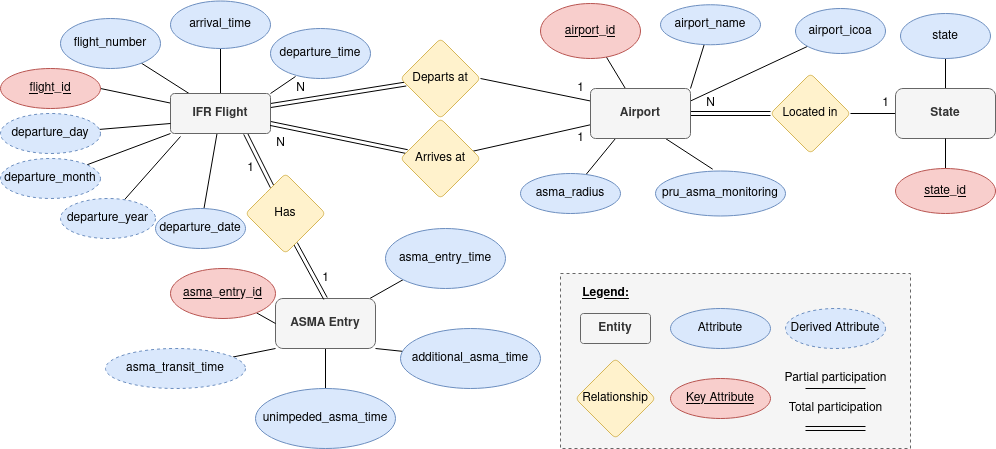
Above: resources/ER-Diagramdrawio.png in quinten-goens/EC-Demo (draw.io), before the change. Source tidied: cells renumbered, new cells last; positions are measured from the earlier drawing's top-left corner, leaving out a move shared by most shapes. The source it was exported from:
```xml
<mxGraphModel>
  <root>
    <mxCell id="0" />
    <mxCell id="1" parent="0" />
    <mxCell id="2" style="rounded=0;whiteSpace=wrap;html=1;fillColor=#f5f5f5;fontColor=#333333;strokeColor=#666666;dashed=1;" parent="1" vertex="1">
      <mxGeometry x="560" y="273" width="350" height="175" as="geometry" />
    </mxCell>
    <mxCell id="3" style="rounded=0;jettySize=auto;html=1;endArrow=none;endFill=0;entryX=1;entryY=0.5;entryDx=0;entryDy=0;" parent="1" edge="1" source="10" target="19">
      <mxGeometry relative="1" as="geometry" />
    </mxCell>
    <mxCell id="4" style="rounded=0;jettySize=auto;html=1;endArrow=none;endFill=0;" parent="1" edge="1" source="10" target="11">
      <mxGeometry relative="1" as="geometry" />
    </mxCell>
    <mxCell id="5" style="rounded=0;jettySize=auto;html=1;exitX=0.5;exitY=0;exitDx=0;exitDy=0;endArrow=none;endFill=0;" parent="1" edge="1" source="10" target="13">
      <mxGeometry relative="1" as="geometry" />
    </mxCell>
    <mxCell id="6" style="rounded=0;jettySize=auto;html=1;exitX=1;exitY=0;exitDx=0;exitDy=0;endArrow=none;endFill=0;entryX=0.25;entryY=0.96;entryDx=0;entryDy=0;entryPerimeter=0;" parent="1" edge="1" source="10" target="12">
      <mxGeometry relative="1" as="geometry" />
    </mxCell>
    <mxCell id="7" style="rounded=0;jettySize=auto;html=1;endArrow=none;endFill=0;" parent="1" edge="1" source="10" target="17">
      <mxGeometry relative="1" as="geometry" />
    </mxCell>
    <mxCell id="8" style="edgeStyle=none;rounded=0;jettySize=auto;html=1;endArrow=none;endFill=0;shape=link;" parent="1" edge="1" source="10" target="23">
      <mxGeometry relative="1" as="geometry" />
    </mxCell>
    <mxCell id="9" style="edgeStyle=none;rounded=0;jettySize=auto;html=1;exitX=0.75;exitY=1;exitDx=0;exitDy=0;endArrow=none;endFill=0;shape=link;" parent="1" edge="1" source="10" target="46">
      <mxGeometry relative="1" as="geometry" />
    </mxCell>
    <mxCell id="10" value="&lt;div&gt;&lt;b&gt;IFR Flight&lt;/b&gt;&lt;/div&gt;" style="rounded=1;arcSize=10;whiteSpace=wrap;html=1;align=center;fillColor=#f5f5f5;fontColor=#333333;strokeColor=#666666;" parent="1" vertex="1">
      <mxGeometry x="170" y="93" width="100" height="40" as="geometry" />
    </mxCell>
    <mxCell id="11" value="flight_number" style="ellipse;whiteSpace=wrap;html=1;rounded=1;arcSize=10;fillColor=#dae8fc;strokeColor=#6c8ebf;" parent="1" vertex="1">
      <mxGeometry x="60" y="18" width="100" height="50" as="geometry" />
    </mxCell>
    <mxCell id="12" value="departure_time" style="ellipse;whiteSpace=wrap;html=1;rounded=1;arcSize=10;fillColor=#dae8fc;strokeColor=#6c8ebf;" parent="1" vertex="1">
      <mxGeometry x="270" y="28" width="100" height="50" as="geometry" />
    </mxCell>
    <mxCell id="13" value="arrival_time" style="ellipse;whiteSpace=wrap;html=1;align=center;fillColor=#dae8fc;strokeColor=#6c8ebf;" parent="1" vertex="1">
      <mxGeometry x="170" y="0.5" width="100" height="47.5" as="geometry" />
    </mxCell>
    <mxCell id="14" style="rounded=0;jettySize=auto;html=1;endArrow=none;endFill=0;exitX=0;exitY=1;exitDx=0;exitDy=0;" parent="1" edge="1" source="10" target="18">
      <mxGeometry relative="1" as="geometry" />
    </mxCell>
    <mxCell id="15" style="rounded=0;jettySize=auto;html=1;exitX=0;exitY=0.75;exitDx=0;exitDy=0;endArrow=none;endFill=0;" parent="1" edge="1" source="10" target="20">
      <mxGeometry relative="1" as="geometry" />
    </mxCell>
    <mxCell id="16" style="rounded=0;jettySize=auto;html=1;exitX=0.1;exitY=1.075;exitDx=0;exitDy=0;endArrow=none;endFill=0;exitPerimeter=0;" parent="1" edge="1" source="10" target="21">
      <mxGeometry relative="1" as="geometry" />
    </mxCell>
    <mxCell id="17" value="departure_date" style="ellipse;whiteSpace=wrap;html=1;rounded=1;arcSize=10;fillColor=#dae8fc;strokeColor=#6c8ebf;" parent="1" vertex="1">
      <mxGeometry x="155" y="208" width="90" height="40" as="geometry" />
    </mxCell>
    <mxCell id="18" value="departure_month" style="ellipse;whiteSpace=wrap;html=1;rounded=1;arcSize=10;fillColor=#dae8fc;strokeColor=#6c8ebf;dashed=1;" parent="1" vertex="1">
      <mxGeometry y="158" width="100" height="40" as="geometry" />
    </mxCell>
    <mxCell id="19" value="flight_id" style="ellipse;whiteSpace=wrap;html=1;align=center;fontStyle=4;fillColor=#f8cecc;strokeColor=#b85450;" parent="1" vertex="1">
      <mxGeometry y="68" width="100" height="40" as="geometry" />
    </mxCell>
    <mxCell id="20" value="departure_day" style="ellipse;whiteSpace=wrap;html=1;align=center;fillColor=#dae8fc;strokeColor=#6c8ebf;dashed=1;" parent="1" vertex="1">
      <mxGeometry y="113" width="100" height="40" as="geometry" />
    </mxCell>
    <mxCell id="21" value="departure_year" style="ellipse;whiteSpace=wrap;html=1;rounded=1;arcSize=10;fillColor=#dae8fc;strokeColor=#6c8ebf;dashed=1;" parent="1" vertex="1">
      <mxGeometry x="60" y="198" width="95" height="40" as="geometry" />
    </mxCell>
    <mxCell id="22" style="edgeStyle=none;rounded=0;jettySize=auto;html=1;exitX=1;exitY=0.5;exitDx=0;exitDy=0;entryX=0;entryY=0.25;entryDx=0;entryDy=0;endArrow=none;endFill=0;" parent="1" edge="1" source="23" target="33">
      <mxGeometry relative="1" as="geometry" />
    </mxCell>
    <mxCell id="23" value="Departs at" style="rhombus;whiteSpace=wrap;html=1;fillColor=#fff2cc;strokeColor=#d6b656;rounded=1;arcSize=10;" parent="1" vertex="1">
      <mxGeometry x="400" y="38" width="80" height="80" as="geometry" />
    </mxCell>
    <mxCell id="24" style="edgeStyle=none;rounded=0;jettySize=auto;html=1;entryX=1;entryY=0.75;entryDx=0;entryDy=0;endArrow=none;endFill=0;shape=link;" parent="1" edge="1" source="26" target="10">
      <mxGeometry relative="1" as="geometry" />
    </mxCell>
    <mxCell id="25" style="edgeStyle=none;rounded=0;jettySize=auto;html=1;endArrow=none;endFill=0;" parent="1" edge="1" source="26" target="33">
      <mxGeometry relative="1" as="geometry" />
    </mxCell>
    <mxCell id="26" value="Arrives at" style="rhombus;whiteSpace=wrap;html=1;fillColor=#fff2cc;strokeColor=#d6b656;rounded=1;arcSize=10;" parent="1" vertex="1">
      <mxGeometry x="400" y="118" width="80" height="80" as="geometry" />
    </mxCell>
    <mxCell id="27" style="edgeStyle=none;rounded=0;jettySize=auto;html=1;endArrow=none;endFill=0;" parent="1" edge="1" source="33" target="34">
      <mxGeometry relative="1" as="geometry" />
    </mxCell>
    <mxCell id="28" style="edgeStyle=none;rounded=0;jettySize=auto;html=1;exitX=1;exitY=0;exitDx=0;exitDy=0;endArrow=none;endFill=0;" parent="1" edge="1" source="33" target="35">
      <mxGeometry relative="1" as="geometry" />
    </mxCell>
    <mxCell id="29" style="edgeStyle=none;rounded=0;jettySize=auto;html=1;endArrow=none;endFill=0;exitX=1;exitY=0.25;exitDx=0;exitDy=0;" parent="1" edge="1" source="33" target="36">
      <mxGeometry relative="1" as="geometry" />
    </mxCell>
    <mxCell id="30" style="edgeStyle=none;rounded=0;jettySize=auto;html=1;exitX=0.25;exitY=1;exitDx=0;exitDy=0;endArrow=none;endFill=0;" parent="1" edge="1" source="33" target="37">
      <mxGeometry relative="1" as="geometry" />
    </mxCell>
    <mxCell id="31" style="edgeStyle=none;rounded=0;jettySize=auto;html=1;endArrow=none;endFill=0;exitX=1;exitY=0.5;exitDx=0;exitDy=0;entryX=0;entryY=0.5;entryDx=0;entryDy=0;shape=link;" parent="1" edge="1" source="33" target="72">
      <mxGeometry relative="1" as="geometry" />
    </mxCell>
    <mxCell id="32" style="edgeStyle=none;rounded=0;jettySize=auto;html=1;exitX=0.75;exitY=1;exitDx=0;exitDy=0;endArrow=none;endFill=0;entryX=0.44;entryY=-0.04;entryDx=0;entryDy=0;entryPerimeter=0;" parent="1" edge="1" source="33" target="59">
      <mxGeometry relative="1" as="geometry" />
    </mxCell>
    <mxCell id="33" value="&lt;b&gt;Airport&lt;/b&gt;" style="whiteSpace=wrap;html=1;fillColor=#f5f5f5;strokeColor=#666666;fontColor=#333333;rounded=1;arcSize=10;" parent="1" vertex="1">
      <mxGeometry x="590" y="88" width="100" height="50" as="geometry" />
    </mxCell>
    <mxCell id="34" value="&lt;u&gt;airport_id&lt;/u&gt;" style="ellipse;whiteSpace=wrap;html=1;fillColor=#f8cecc;strokeColor=#b85450;rounded=1;arcSize=10;" parent="1" vertex="1">
      <mxGeometry x="540" y="3" width="100" height="55" as="geometry" />
    </mxCell>
    <mxCell id="35" value="airport_name" style="ellipse;whiteSpace=wrap;html=1;align=center;fillColor=#dae8fc;strokeColor=#6c8ebf;" parent="1" vertex="1">
      <mxGeometry x="660" y="4.2" width="100" height="40" as="geometry" />
    </mxCell>
    <mxCell id="36" value="airport_icoa" style="ellipse;whiteSpace=wrap;html=1;fillColor=#dae8fc;strokeColor=#6c8ebf;rounded=1;arcSize=10;" parent="1" vertex="1">
      <mxGeometry x="795" y="8" width="90" height="45" as="geometry" />
    </mxCell>
    <mxCell id="37" value="asma_radius" style="ellipse;whiteSpace=wrap;html=1;align=center;fillColor=#dae8fc;strokeColor=#6c8ebf;" parent="1" vertex="1">
      <mxGeometry x="520" y="173" width="100" height="40" as="geometry" />
    </mxCell>
    <mxCell id="38" style="edgeStyle=none;rounded=0;jettySize=auto;html=1;endArrow=none;endFill=0;" parent="1" edge="1" source="39" target="73">
      <mxGeometry relative="1" as="geometry" />
    </mxCell>
    <mxCell id="39" value="state" style="ellipse;whiteSpace=wrap;html=1;fillColor=#dae8fc;strokeColor=#6c8ebf;rounded=1;arcSize=10;" parent="1" vertex="1">
      <mxGeometry x="900" y="13" width="90" height="45" as="geometry" />
    </mxCell>
    <mxCell id="40" style="edgeStyle=none;rounded=0;jettySize=auto;html=1;endArrow=none;endFill=0;entryX=0;entryY=1;entryDx=0;entryDy=0;" parent="1" edge="1" source="44" target="47">
      <mxGeometry relative="1" as="geometry" />
    </mxCell>
    <mxCell id="41" style="edgeStyle=none;rounded=0;jettySize=auto;html=1;endArrow=none;endFill=0;" parent="1" edge="1" source="44" target="48">
      <mxGeometry relative="1" as="geometry" />
    </mxCell>
    <mxCell id="42" style="edgeStyle=none;rounded=0;jettySize=auto;html=1;exitX=1;exitY=1;exitDx=0;exitDy=0;endArrow=none;endFill=0;" parent="1" edge="1" source="44" target="49">
      <mxGeometry relative="1" as="geometry" />
    </mxCell>
    <mxCell id="43" style="edgeStyle=none;rounded=0;jettySize=auto;html=1;exitX=0;exitY=1;exitDx=0;exitDy=0;endArrow=none;endFill=0;" parent="1" edge="1" source="44" target="52">
      <mxGeometry relative="1" as="geometry" />
    </mxCell>
    <mxCell id="44" value="&lt;b&gt;ASMA Entry&lt;/b&gt;" style="rounded=1;whiteSpace=wrap;html=1;fillColor=#f5f5f5;fontColor=#333333;strokeColor=#666666;" parent="1" vertex="1">
      <mxGeometry x="275" y="298" width="100" height="50" as="geometry" />
    </mxCell>
    <mxCell id="45" style="edgeStyle=none;rounded=0;jettySize=auto;html=1;exitX=0.625;exitY=0.875;exitDx=0;exitDy=0;entryX=0.5;entryY=0;entryDx=0;entryDy=0;endArrow=none;endFill=0;shape=link;exitPerimeter=0;" parent="1" edge="1" source="46" target="44">
      <mxGeometry relative="1" as="geometry" />
    </mxCell>
    <mxCell id="46" value="Has" style="rhombus;whiteSpace=wrap;html=1;fillColor=#fff2cc;strokeColor=#d6b656;rounded=1;arcSize=10;" parent="1" vertex="1">
      <mxGeometry x="245" y="173" width="80" height="80" as="geometry" />
    </mxCell>
    <mxCell id="47" value="asma_entry_time" style="ellipse;whiteSpace=wrap;html=1;fillColor=#dae8fc;strokeColor=#6c8ebf;rounded=1;" parent="1" vertex="1">
      <mxGeometry x="385" y="228" width="120" height="60" as="geometry" />
    </mxCell>
    <mxCell id="48" value="unimpeded_asma_time" style="ellipse;whiteSpace=wrap;html=1;fillColor=#dae8fc;strokeColor=#6c8ebf;rounded=1;" parent="1" vertex="1">
      <mxGeometry x="255" y="388" width="140" height="60" as="geometry" />
    </mxCell>
    <mxCell id="49" value="additional_asma_time" style="ellipse;whiteSpace=wrap;html=1;fillColor=#dae8fc;strokeColor=#6c8ebf;" parent="1" vertex="1">
      <mxGeometry x="400" y="328" width="140" height="60" as="geometry" />
    </mxCell>
    <mxCell id="50" style="edgeStyle=none;rounded=0;jettySize=auto;html=1;entryX=0;entryY=0.5;entryDx=0;entryDy=0;endArrow=none;endFill=0;" parent="1" edge="1" source="51" target="44">
      <mxGeometry relative="1" as="geometry" />
    </mxCell>
    <mxCell id="51" value="&lt;u&gt;asma_entry_id&lt;/u&gt;" style="ellipse;whiteSpace=wrap;html=1;fillColor=#f8cecc;strokeColor=#b85450;rounded=1;" parent="1" vertex="1">
      <mxGeometry x="170" y="268" width="105" height="50" as="geometry" />
    </mxCell>
    <mxCell id="52" value="asma_transit_time" style="ellipse;whiteSpace=wrap;html=1;align=center;dashed=1;fillColor=#dae8fc;strokeColor=#6c8ebf;" parent="1" vertex="1">
      <mxGeometry x="105" y="348" width="140" height="40" as="geometry" />
    </mxCell>
    <mxCell id="53" value="&lt;div&gt;1&lt;/div&gt;" style="text;html=1;align=center;verticalAlign=middle;strokeColor=none;fillColor=none;" parent="1" vertex="1">
      <mxGeometry x="240" y="158" width="20" height="20" as="geometry" />
    </mxCell>
    <mxCell id="54" value="&lt;div&gt;1&lt;/div&gt;" style="text;html=1;align=center;verticalAlign=middle;strokeColor=none;fillColor=none;" parent="1" vertex="1">
      <mxGeometry x="315" y="268" width="20" height="20" as="geometry" />
    </mxCell>
    <mxCell id="55" value="1" style="text;html=1;align=center;verticalAlign=middle;strokeColor=none;fillColor=none;" parent="1" vertex="1">
      <mxGeometry x="570" y="78" width="20" height="20" as="geometry" />
    </mxCell>
    <mxCell id="56" value="1" style="text;html=1;align=center;verticalAlign=middle;strokeColor=none;fillColor=none;" parent="1" vertex="1">
      <mxGeometry x="570" y="128" width="20" height="20" as="geometry" />
    </mxCell>
    <mxCell id="57" value="&lt;div&gt;N&lt;/div&gt;" style="text;html=1;align=center;verticalAlign=middle;strokeColor=none;fillColor=none;" parent="1" vertex="1">
      <mxGeometry x="290" y="78" width="20" height="20" as="geometry" />
    </mxCell>
    <mxCell id="58" value="N" style="text;html=1;align=center;verticalAlign=middle;strokeColor=none;fillColor=none;" parent="1" vertex="1">
      <mxGeometry x="270" y="133" width="20" height="20" as="geometry" />
    </mxCell>
    <mxCell id="59" value="pru_asma_monitoring" style="ellipse;whiteSpace=wrap;html=1;fillColor=#dae8fc;strokeColor=#6c8ebf;" parent="1" vertex="1">
      <mxGeometry x="655" y="170.5" width="130" height="45" as="geometry" />
    </mxCell>
    <mxCell id="60" value="&lt;u&gt;&lt;b&gt;Legend:&lt;/b&gt;&lt;/u&gt;" style="text;html=1;align=center;verticalAlign=middle;strokeColor=none;fillColor=none;" parent="1" vertex="1">
      <mxGeometry x="575" y="283" width="60" height="20" as="geometry" />
    </mxCell>
    <mxCell id="61" value="&lt;b&gt;Entity&lt;/b&gt;" style="rounded=1;arcSize=10;whiteSpace=wrap;html=1;align=center;fillColor=#f5f5f5;fontColor=#333333;strokeColor=#666666;" parent="1" vertex="1">
      <mxGeometry x="580" y="313" width="70" height="30" as="geometry" />
    </mxCell>
    <mxCell id="62" value="Relationship" style="rhombus;whiteSpace=wrap;html=1;fillColor=#fff2cc;strokeColor=#d6b656;rounded=1;arcSize=10;" parent="1" vertex="1">
      <mxGeometry x="575" y="358" width="80" height="80" as="geometry" />
    </mxCell>
    <mxCell id="63" value="Key Attribute" style="ellipse;whiteSpace=wrap;html=1;align=center;fontStyle=4;fillColor=#f8cecc;strokeColor=#b85450;" parent="1" vertex="1">
      <mxGeometry x="670" y="378" width="100" height="40" as="geometry" />
    </mxCell>
    <mxCell id="64" style="endArrow=none;html=1;rounded=0;shape=link;" parent="1" edge="1">
      <mxGeometry relative="1" as="geometry">
        <mxPoint x="805" y="428" as="sourcePoint" />
        <mxPoint x="865" y="428" as="targetPoint" />
      </mxGeometry>
    </mxCell>
    <mxCell id="65" value="&lt;div&gt;Total participation&lt;/div&gt;" style="text;html=1;align=center;verticalAlign=middle;strokeColor=none;fillColor=none;" parent="1" vertex="1">
      <mxGeometry x="780" y="398" width="110" height="20" as="geometry" />
    </mxCell>
    <mxCell id="66" value="&lt;div&gt;Partial participation&lt;/div&gt;" style="text;html=1;align=center;verticalAlign=middle;strokeColor=none;fillColor=none;" parent="1" vertex="1">
      <mxGeometry x="775" y="368" width="120" height="20" as="geometry" />
    </mxCell>
    <mxCell id="67" value="Derived Attribute" style="ellipse;whiteSpace=wrap;html=1;align=center;dashed=1;fillColor=#dae8fc;strokeColor=#6c8ebf;" parent="1" vertex="1">
      <mxGeometry x="785" y="308" width="100" height="40" as="geometry" />
    </mxCell>
    <mxCell id="68" style="endArrow=none;html=1;rounded=0;" parent="1" edge="1">
      <mxGeometry relative="1" as="geometry">
        <mxPoint x="805" y="388" as="sourcePoint" />
        <mxPoint x="865" y="388" as="targetPoint" />
      </mxGeometry>
    </mxCell>
    <mxCell id="69" style="edgeStyle=none;rounded=0;orthogonalLoop=1;jettySize=auto;html=1;exitX=0.5;exitY=1;exitDx=0;exitDy=0;endArrow=none;endFill=0;" parent="1" edge="1" source="67" target="67">
      <mxGeometry relative="1" as="geometry" />
    </mxCell>
    <mxCell id="70" value="Attribute" style="ellipse;whiteSpace=wrap;html=1;rounded=1;arcSize=10;fillColor=#dae8fc;strokeColor=#6c8ebf;" parent="1" vertex="1">
      <mxGeometry x="670" y="308" width="100" height="40" as="geometry" />
    </mxCell>
    <mxCell id="71" style="edgeStyle=none;rounded=0;jettySize=auto;html=1;endArrow=none;endFill=0;" parent="1" edge="1" source="72" target="73">
      <mxGeometry relative="1" as="geometry" />
    </mxCell>
    <mxCell id="72" value="Located in" style="rhombus;whiteSpace=wrap;html=1;fillColor=#fff2cc;strokeColor=#d6b656;rounded=1;arcSize=10;" parent="1" vertex="1">
      <mxGeometry x="770" y="73" width="80" height="80" as="geometry" />
    </mxCell>
    <mxCell id="73" value="&lt;b&gt;State&lt;/b&gt;" style="rounded=1;whiteSpace=wrap;html=1;fillColor=#f5f5f5;fontColor=#333333;strokeColor=#666666;" parent="1" vertex="1">
      <mxGeometry x="895" y="88" width="100" height="50" as="geometry" />
    </mxCell>
    <mxCell id="74" style="edgeStyle=none;rounded=0;jettySize=auto;html=1;endArrow=none;endFill=0;" parent="1" edge="1" source="75" target="73">
      <mxGeometry relative="1" as="geometry" />
    </mxCell>
    <mxCell id="75" value="&lt;u&gt;state_id&lt;/u&gt;" style="ellipse;whiteSpace=wrap;html=1;fillColor=#f8cecc;strokeColor=#b85450;rounded=1;arcSize=10;" parent="1" vertex="1">
      <mxGeometry x="895" y="168" width="100" height="45" as="geometry" />
    </mxCell>
    <mxCell id="76" value="&lt;div&gt;N&lt;/div&gt;" style="text;html=1;align=center;verticalAlign=middle;strokeColor=none;fillColor=none;" parent="1" vertex="1">
      <mxGeometry x="700" y="93" width="20" height="20" as="geometry" />
    </mxCell>
    <mxCell id="77" value="&lt;div&gt;1&lt;/div&gt;" style="text;html=1;align=center;verticalAlign=middle;strokeColor=none;fillColor=none;" parent="1" vertex="1">
      <mxGeometry x="875" y="93" width="20" height="20" as="geometry" />
    </mxCell>
  </root>
</mxGraphModel>
```
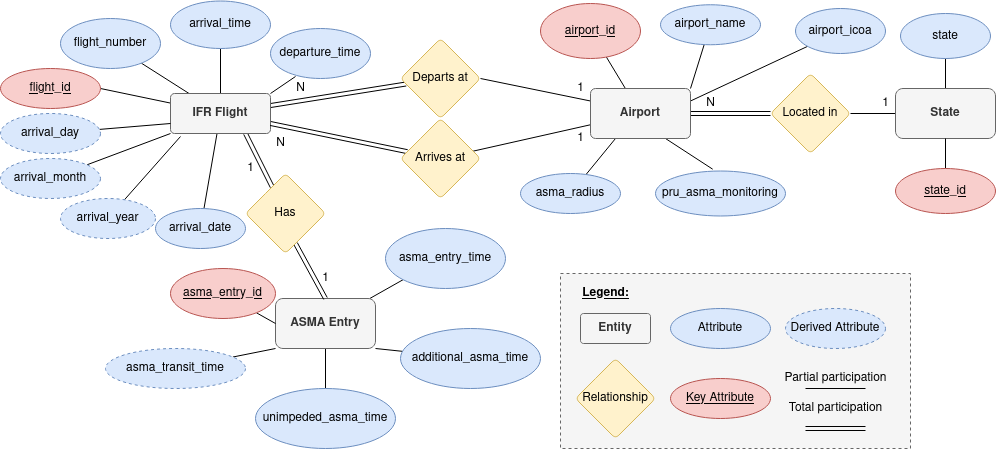
The same file after the commit.

Change to the diagram source:
```diff
@@ -47,19 +47,19 @@
     <mxCell id="16" style="rounded=0;jettySize=auto;html=1;exitX=0.1;exitY=1.075;exitDx=0;exitDy=0;endArrow=none;endFill=0;exitPerimeter=0;" parent="1" edge="1" source="10" target="21">
       <mxGeometry relative="1" as="geometry" />
     </mxCell>
-    <mxCell id="17" value="departure_date" style="ellipse;whiteSpace=wrap;html=1;rounded=1;arcSize=10;fillColor=#dae8fc;strokeColor=#6c8ebf;" parent="1" vertex="1">
+    <mxCell id="17" value="arrival_date" style="ellipse;whiteSpace=wrap;html=1;rounded=1;arcSize=10;fillColor=#dae8fc;strokeColor=#6c8ebf;" parent="1" vertex="1">
       <mxGeometry x="155" y="208" width="90" height="40" as="geometry" />
     </mxCell>
-    <mxCell id="18" value="departure_month" style="ellipse;whiteSpace=wrap;html=1;rounded=1;arcSize=10;fillColor=#dae8fc;strokeColor=#6c8ebf;dashed=1;" parent="1" vertex="1">
+    <mxCell id="18" value="arrival_month" style="ellipse;whiteSpace=wrap;html=1;rounded=1;arcSize=10;fillColor=#dae8fc;strokeColor=#6c8ebf;dashed=1;" parent="1" vertex="1">
       <mxGeometry y="158" width="100" height="40" as="geometry" />
     </mxCell>
     <mxCell id="19" value="flight_id" style="ellipse;whiteSpace=wrap;html=1;align=center;fontStyle=4;fillColor=#f8cecc;strokeColor=#b85450;" parent="1" vertex="1">
       <mxGeometry y="68" width="100" height="40" as="geometry" />
     </mxCell>
-    <mxCell id="20" value="departure_day" style="ellipse;whiteSpace=wrap;html=1;align=center;fillColor=#dae8fc;strokeColor=#6c8ebf;dashed=1;" parent="1" vertex="1">
+    <mxCell id="20" value="arrival_day" style="ellipse;whiteSpace=wrap;html=1;align=center;fillColor=#dae8fc;strokeColor=#6c8ebf;dashed=1;" parent="1" vertex="1">
       <mxGeometry y="113" width="100" height="40" as="geometry" />
     </mxCell>
-    <mxCell id="21" value="departure_year" style="ellipse;whiteSpace=wrap;html=1;rounded=1;arcSize=10;fillColor=#dae8fc;strokeColor=#6c8ebf;dashed=1;" parent="1" vertex="1">
+    <mxCell id="21" value="arrival_year" style="ellipse;whiteSpace=wrap;html=1;rounded=1;arcSize=10;fillColor=#dae8fc;strokeColor=#6c8ebf;dashed=1;" parent="1" vertex="1">
       <mxGeometry x="60" y="198" width="95" height="40" as="geometry" />
     </mxCell>
     <mxCell id="22" style="edgeStyle=none;rounded=0;jettySize=auto;html=1;exitX=1;exitY=0.5;exitDx=0;exitDy=0;entryX=0;entryY=0.25;entryDx=0;entryDy=0;endArrow=none;endFill=0;" parent="1" edge="1" source="23" target="33">
```
